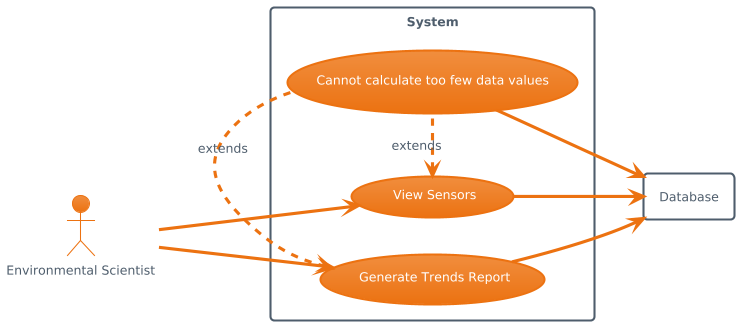
Before: DOCS/Diagrams/EnvironmentalScientist/EnvironmentalScientist-Diagram-4.png, a diagram exported from PlantUML (NikitaEdin/SET09102-2025-TR2). The source it was exported from:
```plantuml
@startuml
!theme aws-orange
left to right direction

actor Environmental as "Environmental Scientist"

rectangle Database

rectangle "System" {
usecase UC1 as " View Sensors"
usecase UC2 as " Generate Trends Report"
usecase UC3 as "Cannot calculate too few data values"

Environmental --> UC1
Environmental --> UC2

UC1 --> Database
UC2 --> Database
UC3 --> Database

UC1 <. UC3 : extends
UC2 <. UC3 : extends
}
@enduml
```
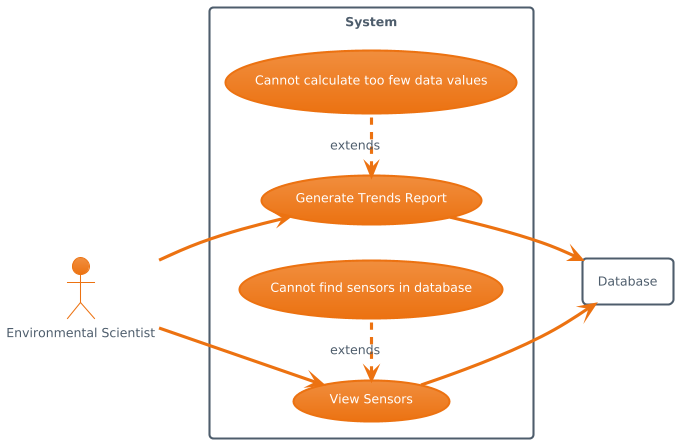
After the commit.

Commit message:
Created diagram Environmental

And updated the use-case for another extension to the use-case.

What changed in the source:
```diff
@@ -2,23 +2,26 @@
 !theme aws-orange
 left to right direction
 
-actor Environmental as "Environmental Scientist"
+actor Scientist as "Environmental Scientist"
 
 rectangle Database
 
 rectangle "System" {
-usecase UC1 as " View Sensors"
-usecase UC2 as " Generate Trends Report"
-usecase UC3 as "Cannot calculate too few data values"
 
-Environmental --> UC1
-Environmental --> UC2
+    usecase UC1 as "View Sensors"
+    usecase UC2 as "Generate Trends Report"
+    usecase UC3 as "Cannot calculate too few data values"
+    usecase UC4 as "Cannot find sensors in database"
 
-UC1 --> Database
-UC2 --> Database
-UC3 --> Database
+    Scientist --> UC1
+    Scientist --> UC2
 
-UC1 <. UC3 : extends
-UC2 <. UC3 : extends
+    UC2 <. UC3 : extends
+    UC1 <. UC4 : extends
+
+    UC1 --> Database
+    UC2 --> Database
+
+
 }
 @enduml
```
